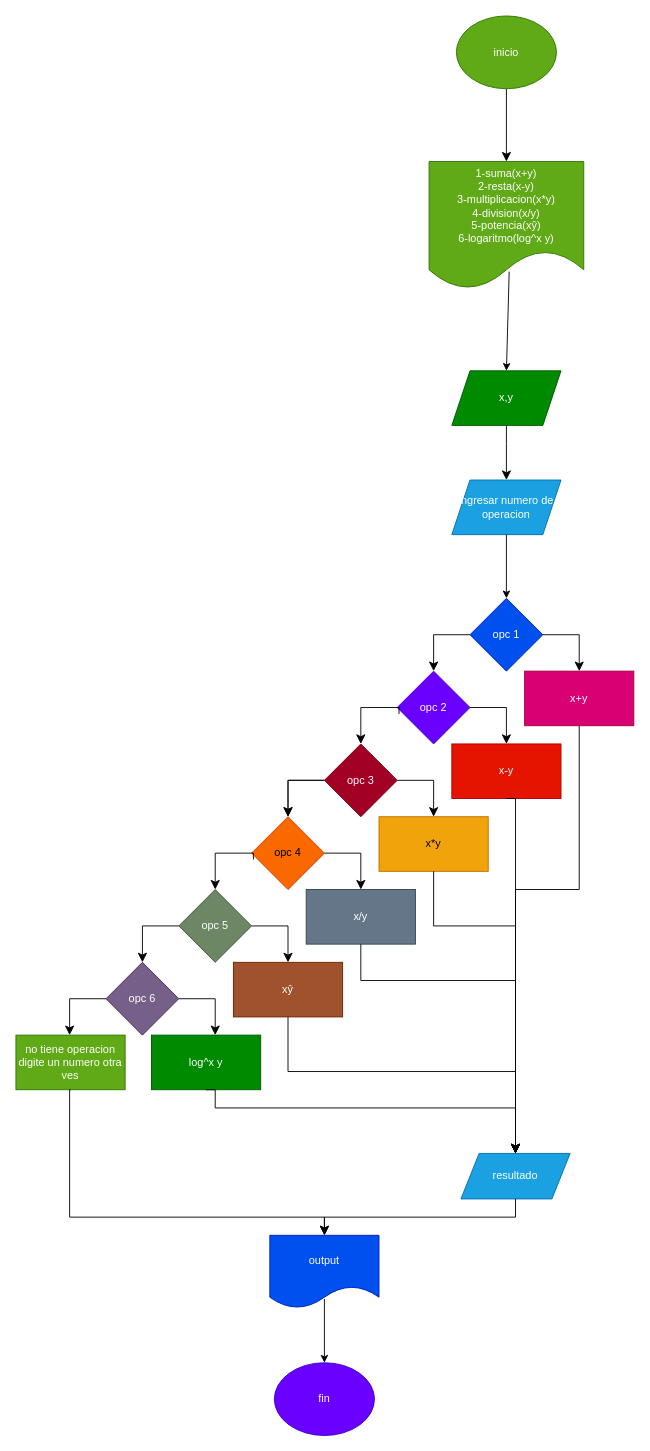
Earlier version of the draw.io diagram diagrama.drawio (spartan117345/minicalculadora). Source tidied: cells renumbered, new cells numbered last; positions are measured from the earlier drawing's top-left corner, leaving out a move shared by most shapes. Both pictures are drawn from the tidied source at 91%, with x=0, y=0 at pixel (15, 15).
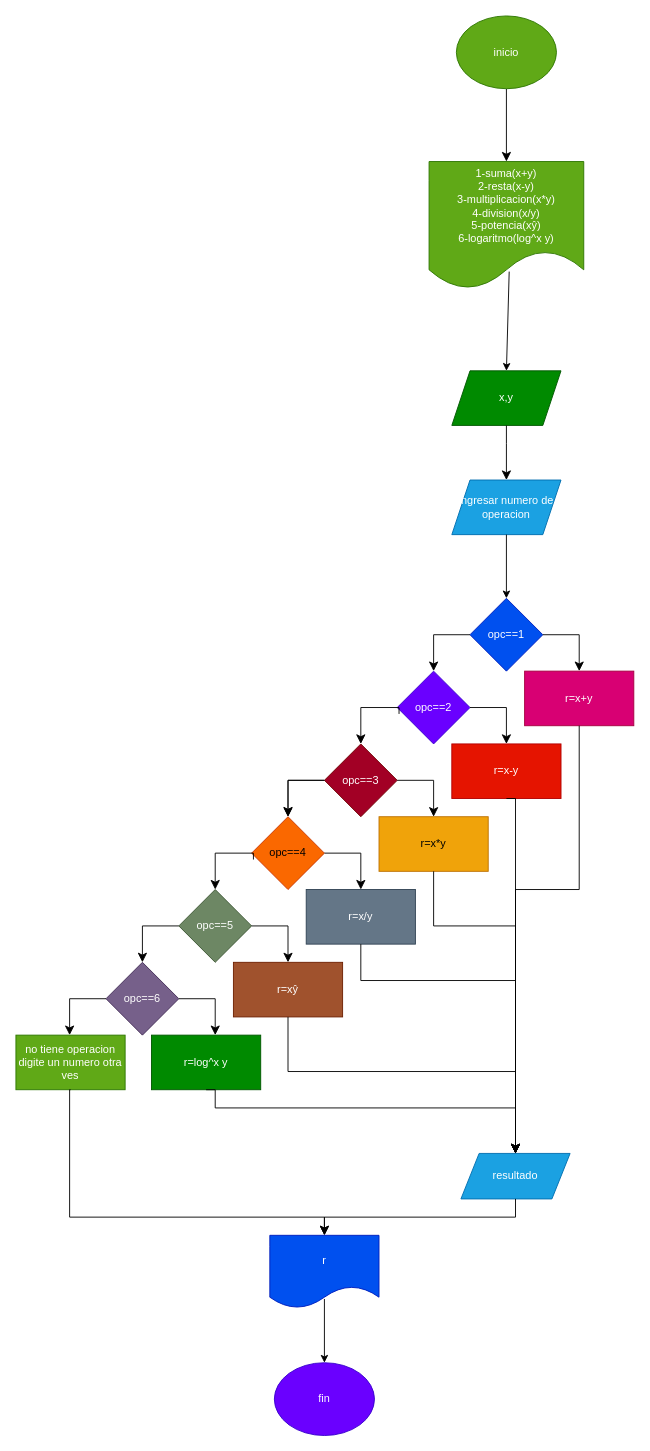
Above is the later version.

Commit message (it also covers changes not shown here):
se modificaron dos archivos

Change to the diagram source:
```diff
@@
-    <mxCell id="6" value="opc 1" style="rhombus;whiteSpace=wrap;html=1;fillColor=#0050ef;fontColor=#ffffff;strokeColor=#001DBC;" parent="1" vertex="1">
+    <mxCell id="6" value="opc==1" style="rhombus;whiteSpace=wrap;html=1;fillColor=#0050ef;fontColor=#ffffff;strokeColor=#001DBC;" parent="1" vertex="1">
       <mxGeometry x="499" y="640" width="80" height="80" as="geometry" />
     </mxCell>
@@
-    <mxCell id="8" value="opc 2" style="rhombus;whiteSpace=wrap;html=1;fillColor=#6a00ff;fontColor=#ffffff;strokeColor=#3700CC;" parent="1" vertex="1">
+    <mxCell id="8" value="opc==2" style="rhombus;whiteSpace=wrap;html=1;fillColor=#6a00ff;fontColor=#ffffff;strokeColor=#3700CC;" parent="1" vertex="1">
       <mxGeometry x="419" y="720" width="80" height="80" as="geometry" />
     </mxCell>
-    <mxCell id="9" value="opc 3" style="rhombus;whiteSpace=wrap;html=1;fillColor=#a20025;fontColor=#ffffff;strokeColor=#6F0000;" parent="1" vertex="1">
+    <mxCell id="9" value="opc==3" style="rhombus;whiteSpace=wrap;html=1;fillColor=#a20025;fontColor=#ffffff;strokeColor=#6F0000;" parent="1" vertex="1">
       <mxGeometry x="339" y="800" width="80" height="80" as="geometry" />
     </mxCell>
@@
-    <mxCell id="13" value="opc 4" style="rhombus;whiteSpace=wrap;html=1;fillColor=#fa6800;fontColor=#000000;strokeColor=#C73500;" parent="1" vertex="1">
+    <mxCell id="13" value="opc==4" style="rhombus;whiteSpace=wrap;html=1;fillColor=#fa6800;fontColor=#000000;strokeColor=#C73500;" parent="1" vertex="1">
       <mxGeometry x="259" y="880" width="80" height="80" as="geometry" />
     </mxCell>
-    <mxCell id="14" value="opc 5" style="rhombus;whiteSpace=wrap;html=1;fillColor=#6d8764;fontColor=#ffffff;strokeColor=#3A5431;" parent="1" vertex="1">
+    <mxCell id="14" value="opc==5" style="rhombus;whiteSpace=wrap;html=1;fillColor=#6d8764;fontColor=#ffffff;strokeColor=#3A5431;" parent="1" vertex="1">
       <mxGeometry x="179" y="960" width="80" height="80" as="geometry" />
     </mxCell>
@@
-    <mxCell id="17" value="opc 6" style="rhombus;whiteSpace=wrap;html=1;fillColor=#76608a;fontColor=#ffffff;strokeColor=#432D57;" parent="1" vertex="1">
+    <mxCell id="17" value="opc==6" style="rhombus;whiteSpace=wrap;html=1;fillColor=#76608a;fontColor=#ffffff;strokeColor=#432D57;" parent="1" vertex="1">
       <mxGeometry x="99" y="1040" width="80" height="80" as="geometry" />
     </mxCell>
@@
-    <mxCell id="25" value="x+y" style="whiteSpace=wrap;html=1;fillColor=#d80073;fontColor=#ffffff;strokeColor=#A50040;" parent="1" vertex="1">
+    <mxCell id="25" value="r=x+y" style="whiteSpace=wrap;html=1;fillColor=#d80073;fontColor=#ffffff;strokeColor=#A50040;" parent="1" vertex="1">
       <mxGeometry x="559" y="720" width="120" height="60" as="geometry" />
     </mxCell>
-    <mxCell id="26" value="x-y" style="whiteSpace=wrap;html=1;fillColor=#e51400;fontColor=#ffffff;strokeColor=#B20000;" parent="1" vertex="1">
+    <mxCell id="26" value="r=x-y" style="whiteSpace=wrap;html=1;fillColor=#e51400;fontColor=#ffffff;strokeColor=#B20000;" parent="1" vertex="1">
       <mxGeometry x="479" y="800" width="120" height="60" as="geometry" />
     </mxCell>
-    <mxCell id="27" value="x*y" style="whiteSpace=wrap;html=1;fillColor=#f0a30a;fontColor=#000000;strokeColor=#BD7000;" parent="1" vertex="1">
+    <mxCell id="27" value="r=x*y" style="whiteSpace=wrap;html=1;fillColor=#f0a30a;fontColor=#000000;strokeColor=#BD7000;" parent="1" vertex="1">
       <mxGeometry x="399" y="880" width="120" height="60" as="geometry" />
     </mxCell>
-    <mxCell id="28" value="x/y" style="whiteSpace=wrap;html=1;fillColor=#647687;fontColor=#ffffff;strokeColor=#314354;" parent="1" vertex="1">
+    <mxCell id="28" value="r=x/y" style="whiteSpace=wrap;html=1;fillColor=#647687;fontColor=#ffffff;strokeColor=#314354;" parent="1" vertex="1">
       <mxGeometry x="319" y="960" width="120" height="60" as="geometry" />
     </mxCell>
-    <mxCell id="29" value="xŷ" style="whiteSpace=wrap;html=1;fillColor=#a0522d;fontColor=#ffffff;strokeColor=#6D1F00;" parent="1" vertex="1">
+    <mxCell id="29" value="r=xŷ" style="whiteSpace=wrap;html=1;fillColor=#a0522d;fontColor=#ffffff;strokeColor=#6D1F00;" parent="1" vertex="1">
       <mxGeometry x="239" y="1040" width="120" height="60" as="geometry" />
     </mxCell>
-    <mxCell id="30" value="log^x y" style="whiteSpace=wrap;html=1;fillColor=#008a00;fontColor=#ffffff;strokeColor=#005700;" parent="1" vertex="1">
+    <mxCell id="30" value="r=log^x y" style="whiteSpace=wrap;html=1;fillColor=#008a00;fontColor=#ffffff;strokeColor=#005700;" parent="1" vertex="1">
       <mxGeometry x="149" y="1120" width="120" height="60" as="geometry" />
     </mxCell>
@@
-    <mxCell id="41" value="output" style="shape=document;whiteSpace=wrap;html=1;boundedLbl=1;fillColor=#0050ef;fontColor=#ffffff;strokeColor=#001DBC;" parent="1" vertex="1">
+    <mxCell id="41" value="r" style="shape=document;whiteSpace=wrap;html=1;boundedLbl=1;fillColor=#0050ef;fontColor=#ffffff;strokeColor=#001DBC;" parent="1" vertex="1">
       <mxGeometry x="279" y="1340" width="120" height="80" as="geometry" />
     </mxCell>
```
